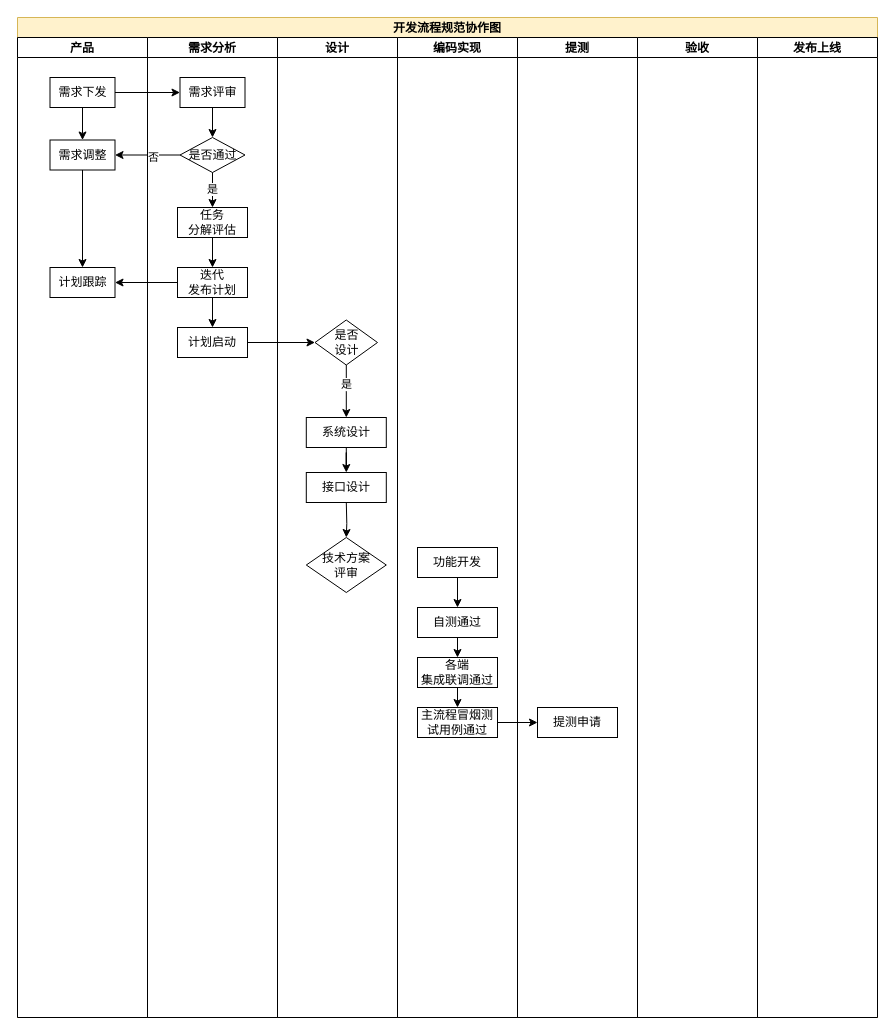
Earlier version of the draw.io diagram Untitled Diagram.drawio (zhubin2430701/draw). Source tidied: cells renumbered, new cells numbered last; positions are measured from the earlier drawing's top-left corner, leaving out a move shared by most shapes. Both pictures are drawn from the tidied source at 100%, with x=0, y=0 at pixel (17, 17).
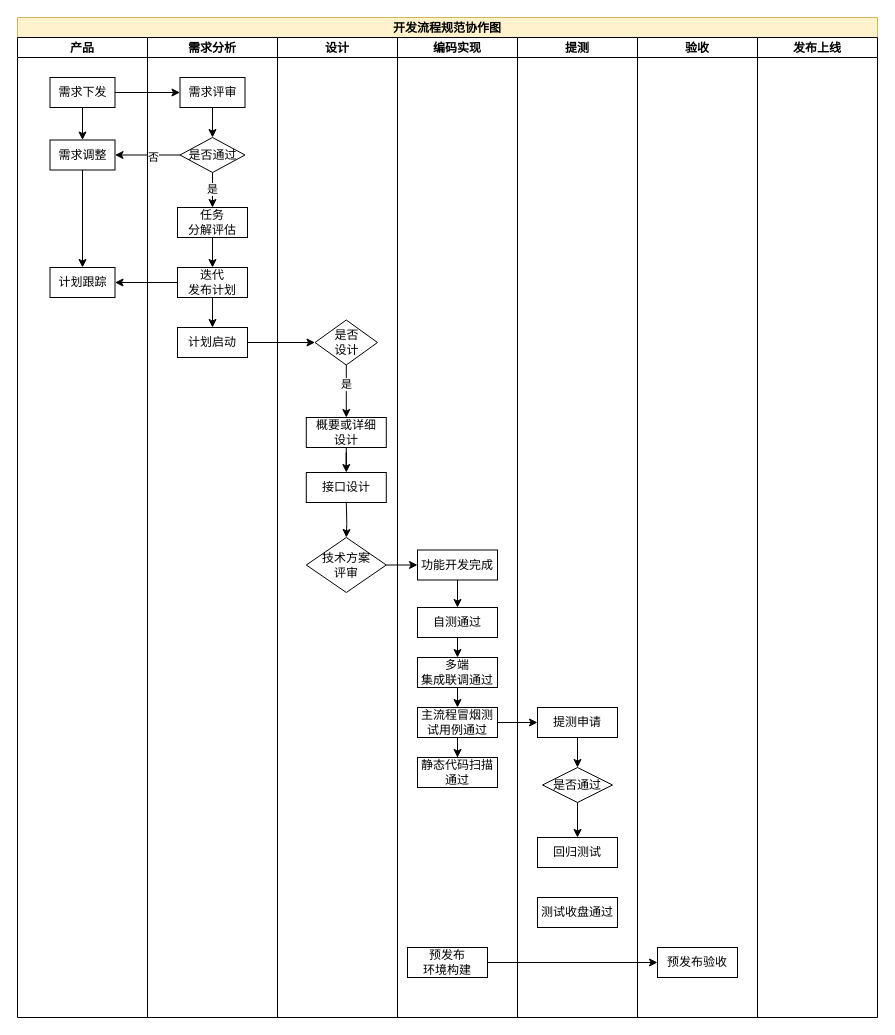
Above is the later version.

Commit message:
更新流程协作图

The change refers to these unchanged cells:
```xml
<mxCell id="2" value="开发流程规范协作图" style="swimlane;startSize=20;fillColor=#fff2cc;strokeColor=#d6b656;" parent="1" vertex="1">
  <mxGeometry width="860" height="1000" as="geometry" />
</mxCell>
<mxCell id="19" value="设计" style="swimlane;startSize=20;" parent="2" vertex="1">
  <mxGeometry x="260" y="20" width="120" height="980" as="geometry" />
</mxCell>
<mxCell id="24" value="技术方案&lt;br&gt;评审" style="rhombus;whiteSpace=wrap;html=1;rounded=0;" parent="19" vertex="1">
  <mxGeometry x="28.8" y="500" width="80" height="55" as="geometry" />
</mxCell>
<mxCell id="28" value="编码实现" style="swimlane;startSize=20;" parent="2" vertex="1">
  <mxGeometry x="380" y="20" width="120" height="980" as="geometry" />
</mxCell>
<mxCell id="34" value="主流程冒烟测试用例通过" style="whiteSpace=wrap;html=1;rounded=0;" parent="28" vertex="1">
  <mxGeometry x="20" y="670" width="80" height="30" as="geometry" />
</mxCell>
<mxCell id="36" value="提测" style="swimlane;startSize=20;" parent="2" vertex="1">
  <mxGeometry x="500" y="20" width="120" height="980" as="geometry" />
</mxCell>
<mxCell id="37" value="提测申请" style="whiteSpace=wrap;html=1;rounded=0;" parent="36" vertex="1">
  <mxGeometry x="20" y="670" width="80" height="30" as="geometry" />
</mxCell>
<mxCell id="38" value="验收" style="swimlane;startSize=20;" parent="2" vertex="1">
  <mxGeometry x="620" y="20" width="120" height="980" as="geometry" />
</mxCell>
```

The edit, as a diff of the source:
```diff
@@
-    <mxCell id="20" value="系统设计" style="whiteSpace=wrap;html=1;rounded=0;" parent="19" vertex="1">
+    <mxCell id="20" value="概要或详细&lt;br&gt;设计" style="whiteSpace=wrap;html=1;rounded=0;" parent="19" vertex="1">
       <mxGeometry x="28.8" y="380" width="80" height="30" as="geometry" />
     </mxCell>
@@
-    <mxCell id="29" value="功能开发" style="whiteSpace=wrap;html=1;rounded=0;" parent="28" vertex="1">
-      <mxGeometry x="20" y="510" width="80" height="30" as="geometry" />
+    <mxCell id="29" value="功能开发完成" style="whiteSpace=wrap;html=1;rounded=0;" parent="28" vertex="1">
+      <mxGeometry x="20" y="512.5" width="80" height="30" as="geometry" />
     </mxCell>
@@
-    <mxCell id="31" value="各端&lt;br&gt;集成联调通过" style="whiteSpace=wrap;html=1;rounded=0;" parent="28" vertex="1">
+    <mxCell id="31" value="多端&lt;br&gt;集成联调通过" style="whiteSpace=wrap;html=1;rounded=0;" parent="28" vertex="1">
       <mxGeometry x="20" y="620" width="80" height="30" as="geometry" />
     </mxCell>
@@
+    <mxCell id="46" style="edgeStyle=orthogonalEdgeStyle;rounded=0;jettySize=auto;html=1;" parent="28" edge="1" source="34" target="47">
+      <mxGeometry relative="1" as="geometry" />
+    </mxCell>
@@
+    <mxCell id="47" value="静态代码扫描通过" style="whiteSpace=wrap;html=1;rounded=0;" parent="28" vertex="1">
+      <mxGeometry x="20" y="720" width="80" height="30" as="geometry" />
+    </mxCell>
+    <mxCell id="48" value="预发布&lt;br&gt;环境构建" style="whiteSpace=wrap;html=1;rounded=0;" parent="28" vertex="1">
+      <mxGeometry x="10" y="910" width="80" height="30" as="geometry" />
+    </mxCell>
@@
+    <mxCell id="49" value="回归测试" style="whiteSpace=wrap;html=1;rounded=0;" parent="36" vertex="1">
+      <mxGeometry x="20" y="800" width="80" height="30" as="geometry" />
+    </mxCell>
+    <mxCell id="50" style="edgeStyle=orthogonalEdgeStyle;rounded=0;jettySize=auto;html=1;exitX=0.5;exitY=1;exitDx=0;exitDy=0;" parent="36" edge="1" source="51" target="49">
+      <mxGeometry relative="1" as="geometry" />
+    </mxCell>
+    <mxCell id="51" value="是否通过" style="rhombus;whiteSpace=wrap;html=1;rounded=0;" parent="36" vertex="1">
+      <mxGeometry x="25" y="730" width="70" height="35" as="geometry" />
+    </mxCell>
+    <mxCell id="52" style="edgeStyle=orthogonalEdgeStyle;rounded=0;jettySize=auto;html=1;" parent="36" edge="1" source="37" target="51">
+      <mxGeometry relative="1" as="geometry" />
+    </mxCell>
+    <mxCell id="53" value="测试收盘通过" style="whiteSpace=wrap;html=1;rounded=0;" parent="36" vertex="1">
+      <mxGeometry x="20" y="860" width="80" height="30" as="geometry" />
+    </mxCell>
@@
+    <mxCell id="54" value="预发布验收" style="whiteSpace=wrap;html=1;rounded=0;" parent="38" vertex="1">
+      <mxGeometry x="20" y="910" width="80" height="30" as="geometry" />
+    </mxCell>
@@
+    <mxCell id="55" style="edgeStyle=orthogonalEdgeStyle;rounded=0;jettySize=auto;html=1;exitX=1;exitY=0.5;exitDx=0;exitDy=0;entryX=0;entryY=0.5;entryDx=0;entryDy=0;" parent="2" edge="1" source="24" target="29">
+      <mxGeometry relative="1" as="geometry" />
+    </mxCell>
+    <mxCell id="56" style="edgeStyle=orthogonalEdgeStyle;rounded=0;jettySize=auto;html=1;exitX=1;exitY=0.5;exitDx=0;exitDy=0;entryX=0;entryY=0.5;entryDx=0;entryDy=0;" parent="2" edge="1" source="48" target="54">
+      <mxGeometry relative="1" as="geometry" />
+    </mxCell>
```
